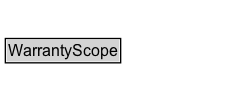
The Graphviz diagram docs/diagrams/WarrantyScope.dot.png in k-vaughn/ontology-import-gr, before a commit. Its source is kept beside it as docs/diagrams/WarrantyScope.dot. Source of this version:
```dot
digraph {
	graph [overlap=false rankdir=TB splines=true]
	node [fontname=Arial fontsize=12 margin=0 shape=none]
	edge [fontname=Arial fontsize=11]
	WarrantyScope [label=<<TABLE BORDER="1" CELLBORDER="0" CELLSPACING="0" CELLPADDING="1"><TR><TD BGCOLOR="lightgray" ALIGN="CENTER">WarrantyScope</TD></TR></TABLE>> URL="../WarrantyScope" margin=0]
	{
		rank=max
	}
	subgraph cluster_associated {
		label="" style=invis
		Invis [label=<<TABLE BORDER="0" CELLBORDER="0" CELLSPACING="0" CELLPADDING="1"><TR><TD></TD></TR></TABLE>> margin=0 style=invis]
	}
}
```
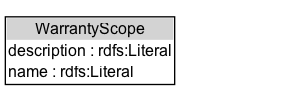
After the commit.

What changed in the source:
```diff
@@ -2,7 +2,10 @@
 	graph [overlap=false rankdir=TB splines=true]
 	node [fontname=Arial fontsize=12 margin=0 shape=none]
 	edge [fontname=Arial fontsize=11]
-	WarrantyScope [label=<<TABLE BORDER="1" CELLBORDER="0" CELLSPACING="0" CELLPADDING="1"><TR><TD BGCOLOR="lightgray" ALIGN="CENTER">WarrantyScope</TD></TR></TABLE>> URL="../WarrantyScope" margin=0]
+	{
+		rank=source
+	}
+	WarrantyScope [label=<<TABLE BORDER="1" CELLBORDER="0" CELLSPACING="0" CELLPADDING="1"><TR><TD BGCOLOR="lightgray" ALIGN="CENTER">WarrantyScope</TD></TR><TR><TD ALIGN="LEFT">description : rdfs:Literal</TD></TR><TR><TD ALIGN="LEFT">name : rdfs:Literal</TD></TR></TABLE>> URL="../WarrantyScope" margin=0]
 	{
 		rank=max
 	}
```
